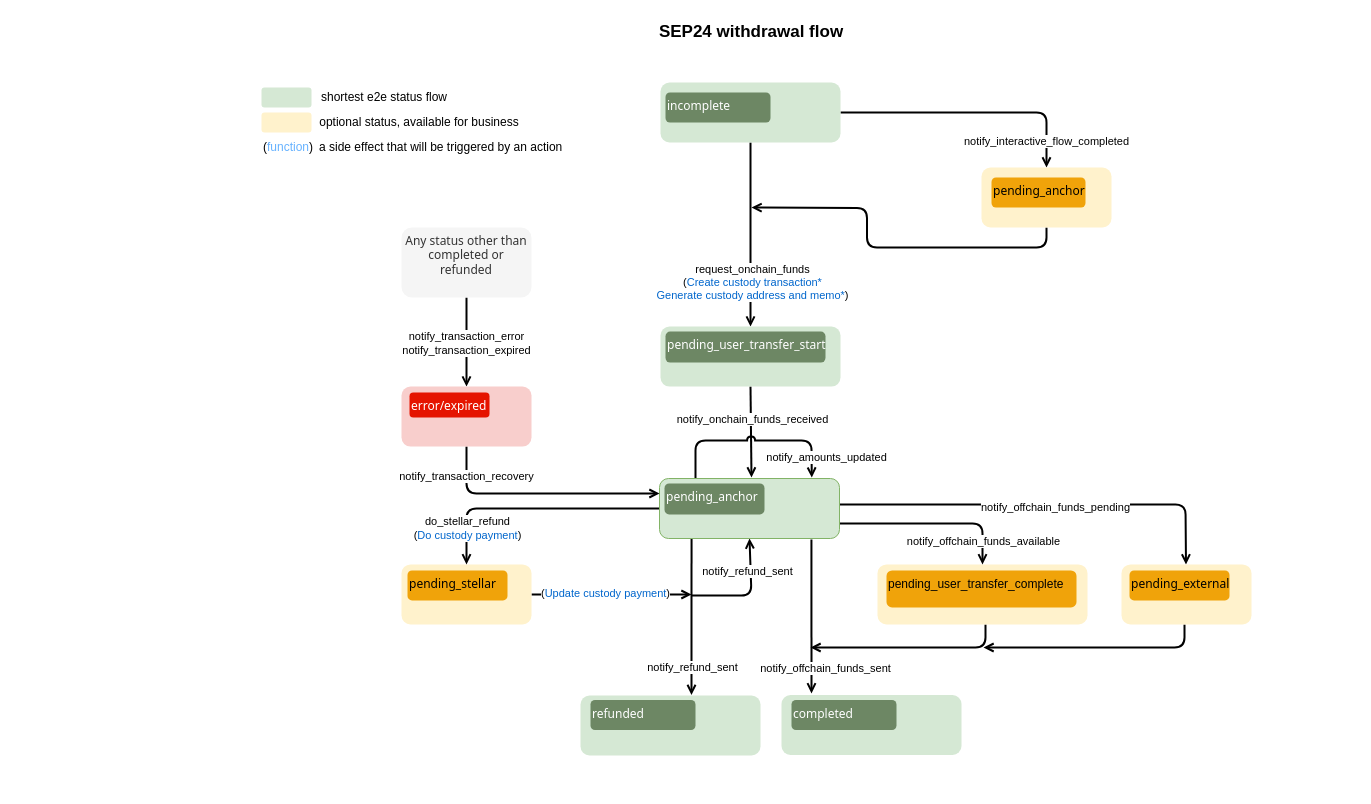
stellar/stellar-docs keeps this draw.io diagram as page "Sep24 - withdrawal v.0.4" (2 of 5) of static/definitions/sep6_24_31_status_transition_diagrams.drawio. Above is the earlier version. Source tidied: cells renumbered, new cells numbered last; positions are measured from the earlier drawing's top-left corner, leaving out a move shared by most shapes. Both pictures are drawn from the tidied source at 100%, with x=0, y=0 at pixel (17, 17).
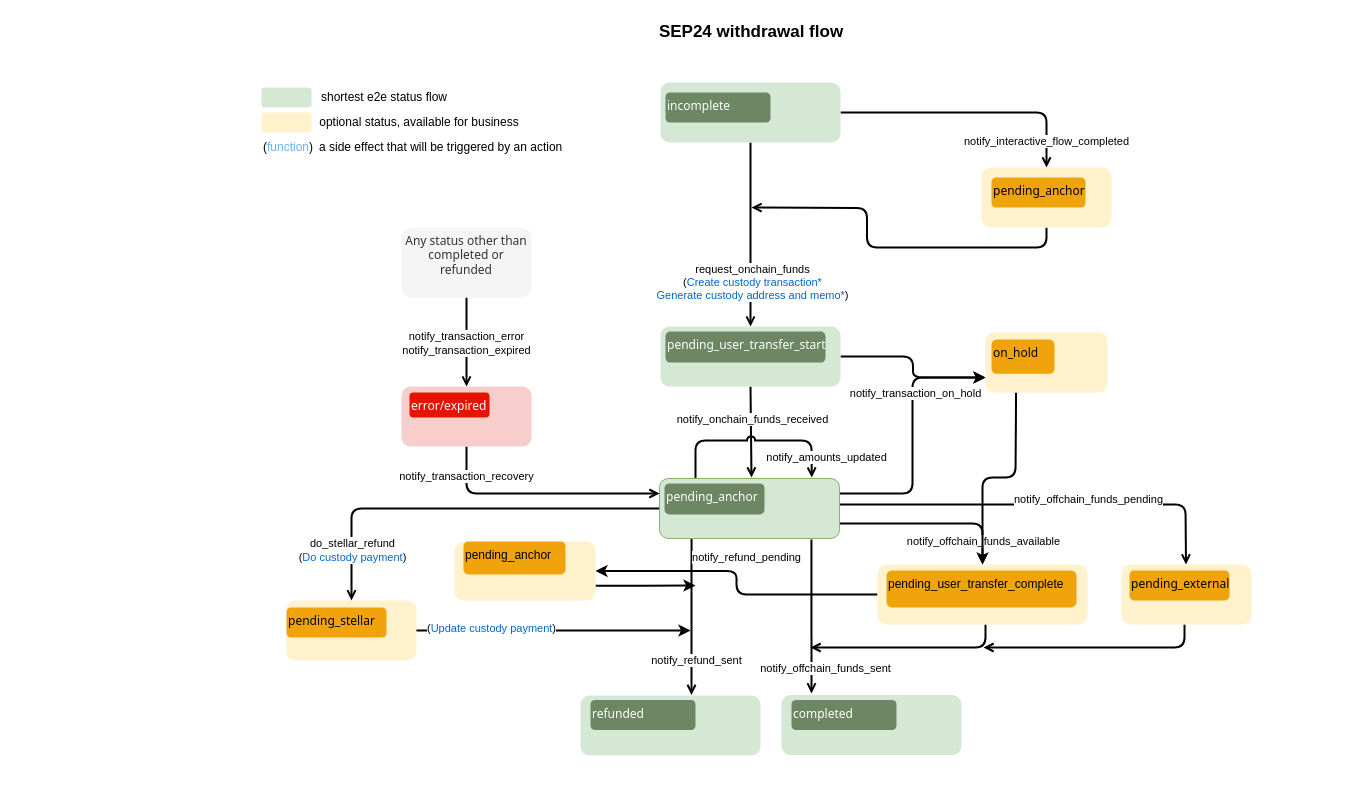
After the change.

Commit message (it also covers changes not shown here):
ANCHOR-688: Update flow diagrams (#691)

Unchanged cells that the change refers to:
```xml
<mxCell id="7" style="endArrow=open;html=1;exitX=0.178;exitY=0.983;exitDx=0;exitDy=0;exitPerimeter=0;entryX=0.75;entryY=0;entryDx=0;entryDy=0;strokeWidth=2;rounded=1;endFill=0;" parent="1" edge="1" source="48">
  <mxGeometry relative="1" as="geometry">
    <mxPoint x="674" y="677.5" as="targetPoint" />
  </mxGeometry>
</mxCell>
<mxCell id="14" style="endArrow=open;html=1;rounded=1;exitX=1;exitY=0.25;exitDx=0;exitDy=0;entryX=0.5;entryY=0;entryDx=0;entryDy=0;strokeWidth=2;endFill=0;" parent="1" edge="1">
  <mxGeometry relative="1" as="geometry">
    <mxPoint x="788" y="487" as="sourcePoint" />
    <mxPoint x="1168.5" y="546.9" as="targetPoint" />
    <Array as="points">
      <mxPoint x="1168" y="487" />
    </Array>
  </mxGeometry>
</mxCell>
<mxCell id="26" style="rounded=1;whiteSpace=wrap;html=1;fillColor=#d5e8d4;strokeColor=none;" parent="1" vertex="1">
  <mxGeometry x="643" y="309.1" width="180" height="60" as="geometry" />
</mxCell>
<mxCell id="39" style="rounded=1;whiteSpace=wrap;html=1;fillColor=#fff2cc;strokeColor=none;" parent="1" vertex="1">
  <mxGeometry x="860" y="546.9" width="210" height="60" as="geometry" />
</mxCell>
<mxCell id="48" style="rounded=1;whiteSpace=wrap;html=1;fillColor=#d5e8d4;strokeColor=#82b366;" parent="1" vertex="1">
  <mxGeometry x="642" y="461" width="180" height="60" as="geometry" />
</mxCell>
```

Diff of the diagram source:
```diff
@@
     <mxCell id="8" value="notify_refund_sent" style="edgeLabel;html=1;align=center;verticalAlign=middle;" parent="7" vertex="1">
       <mxGeometry x="-0.56" relative="1" as="geometry">
-        <mxPoint y="95" as="offset" />
+        <mxPoint x="4" y="88" as="offset" />
       </mxGeometry>
     </mxCell>
@@
-    <mxCell id="10" style="endArrow=open;html=1;rounded=1;entryX=0.5;entryY=1;entryDx=0;entryDy=0;strokeWidth=2;endFill=0;" parent="1" edge="1" target="48">
-      <mxGeometry relative="1" as="geometry">
-        <mxPoint x="674" y="578" as="sourcePoint" />
-        <Array as="points">
-          <mxPoint x="734" y="578" />
-        </Array>
-      </mxGeometry>
-    </mxCell>
-    <mxCell id="11" value="notify_refund_sent" style="edgeLabel;html=1;align=center;verticalAlign=middle;" parent="1" vertex="1">
-      <mxGeometry x="743" y="559.9" as="geometry">
-        <mxPoint x="-14" y="-6" as="offset" />
-      </mxGeometry>
-    </mxCell>
@@
     <mxCell id="15" value="notify_offchain_funds_pending" style="edgeLabel;html=1;align=center;verticalAlign=middle;" parent="14" vertex="1">
       <mxGeometry x="-0.16" y="-2" relative="1" as="geometry">
-        <mxPoint x="64" as="offset" />
+        <mxPoint x="97" y="-8" as="offset" />
       </mxGeometry>
     </mxCell>
@@
+    <mxCell id="61" style="edgeStyle=orthogonalEdgeStyle;rounded=1;jettySize=auto;html=1;exitX=1;exitY=0.5;exitDx=0;exitDy=0;entryX=0;entryY=0.75;entryDx=0;entryDy=0;strokeWidth=2;curved=0;" parent="1" edge="1" source="26" target="71">
+      <mxGeometry relative="1" as="geometry" />
+    </mxCell>
@@
-    <mxCell id="31" style="edgeStyle=orthogonalEdgeStyle;rounded=1;jettySize=auto;html=1;exitX=1;exitY=0.5;exitDx=0;exitDy=0;strokeWidth=2;endArrow=open;endFill=0;" parent="1" edge="1" source="33">
-      <mxGeometry relative="1" as="geometry">
-        <mxPoint x="674" y="577" as="targetPoint" />
-      </mxGeometry>
-    </mxCell>
-    <mxCell id="32" value="(&lt;font style=&quot;border-color: var(--border-color);&quot; color=&quot;#0066cc&quot;&gt;Update&lt;/font&gt;&lt;font style=&quot;border-color: var(--border-color); color: rgb(0, 153, 227);&quot;&gt;&amp;nbsp;&lt;/font&gt;&lt;font style=&quot;border-color: var(--border-color);&quot; color=&quot;#0066cc&quot;&gt;custody payment&lt;/font&gt;)" style="edgeLabel;html=1;align=center;verticalAlign=middle;" parent="31" vertex="1">
-      <mxGeometry x="-0.09" y="1" relative="1" as="geometry" />
-    </mxCell>
     <mxCell id="33" style="rounded=1;whiteSpace=wrap;html=1;fillColor=#fff2cc;strokeColor=none;" parent="1" vertex="1">
-      <mxGeometry x="384" y="546.9" width="130" height="60" as="geometry" />
+      <mxGeometry x="269" y="582.9" width="130" height="60" as="geometry" />
     </mxCell>
     <mxCell id="34" value="&lt;font face=&quot;Tahoma&quot;&gt;pending_stellar&lt;/font&gt;" style="rounded=1;whiteSpace=wrap;html=1;align=left;verticalAlign=top;strokeColor=none;fillColor=#f0a30a;fontColor=#000000;" parent="1" vertex="1">
-      <mxGeometry x="390" y="552.9" width="100" height="30" as="geometry" />
+      <mxGeometry x="269" y="590" width="100" height="30" as="geometry" />
     </mxCell>
@@
+    <mxCell id="62" style="edgeStyle=orthogonalEdgeStyle;rounded=1;jettySize=auto;html=1;exitX=0;exitY=0.5;exitDx=0;exitDy=0;entryX=1;entryY=0.5;entryDx=0;entryDy=0;curved=0;strokeWidth=2;" parent="1" edge="1" source="39" target="68">
+      <mxGeometry relative="1" as="geometry" />
+    </mxCell>
+    <mxCell id="63" value="notify_refund_pending" style="edgeLabel;html=1;align=center;verticalAlign=middle;" parent="62" vertex="1">
+      <mxGeometry x="-0.12" y="-1" relative="1" as="geometry">
+        <mxPoint x="2" y="-36" as="offset" />
+      </mxGeometry>
+    </mxCell>
@@
+    <mxCell id="64" style="edgeStyle=orthogonalEdgeStyle;rounded=1;jettySize=auto;html=1;exitX=1;exitY=0.25;exitDx=0;exitDy=0;entryX=0;entryY=0.75;entryDx=0;entryDy=0;strokeWidth=2;curved=0;" parent="1" edge="1" source="48" target="71">
+      <mxGeometry relative="1" as="geometry" />
+    </mxCell>
+    <mxCell id="65" value="notify_transaction_on_hold" style="edgeLabel;html=1;align=center;verticalAlign=middle;" parent="64" vertex="1">
+      <mxGeometry x="0.08" y="-2" relative="1" as="geometry">
+        <mxPoint y="-33" as="offset" />
+      </mxGeometry>
+    </mxCell>
@@
+    <mxCell id="66" style="edgeStyle=orthogonalEdgeStyle;rounded=1;jettySize=auto;html=1;exitX=1;exitY=0.5;exitDx=0;exitDy=0;curved=0;strokeWidth=2;" parent="1" edge="1" source="33">
+      <mxGeometry relative="1" as="geometry">
+        <mxPoint x="673" y="613" as="targetPoint" />
+      </mxGeometry>
+    </mxCell>
+    <mxCell id="32" value="(&lt;font style=&quot;border-color: var(--border-color);&quot; color=&quot;#0066cc&quot;&gt;Update&lt;/font&gt;&lt;font style=&quot;border-color: var(--border-color); color: rgb(0, 153, 227);&quot;&gt;&amp;nbsp;&lt;/font&gt;&lt;font style=&quot;border-color: var(--border-color);&quot; color=&quot;#0066cc&quot;&gt;custody payment&lt;/font&gt;)" style="edgeLabel;html=1;align=center;verticalAlign=middle;" parent="66" vertex="1">
+      <mxGeometry x="-0.54" y="-3" relative="1" as="geometry">
+        <mxPoint x="11" y="-5" as="offset" />
+      </mxGeometry>
+    </mxCell>
+    <mxCell id="67" style="edgeStyle=orthogonalEdgeStyle;rounded=0;jettySize=auto;html=1;exitX=1;exitY=0.75;exitDx=0;exitDy=0;strokeWidth=2;" parent="1" edge="1" source="68">
+      <mxGeometry relative="1" as="geometry">
+        <mxPoint x="678" y="568" as="targetPoint" />
+      </mxGeometry>
+    </mxCell>
+    <mxCell id="68" style="rounded=1;whiteSpace=wrap;html=1;fillColor=#fff2cc;strokeColor=none;" parent="1" vertex="1">
+      <mxGeometry x="437" y="523.9" width="141" height="59" as="geometry" />
+    </mxCell>
+    <mxCell id="69" value="pending_anchor" style="rounded=1;whiteSpace=wrap;html=1;align=left;verticalAlign=top;strokeColor=none;fillColor=#f0a30a;fontColor=#000000;" parent="1" vertex="1">
+      <mxGeometry x="446" y="523.9" width="102" height="33" as="geometry" />
+    </mxCell>
+    <mxCell id="70" style="edgeStyle=orthogonalEdgeStyle;rounded=1;jettySize=auto;html=1;exitX=0.25;exitY=1;exitDx=0;exitDy=0;entryX=0.5;entryY=0;entryDx=0;entryDy=0;curved=0;strokeWidth=2;" parent="1" edge="1" source="71" target="39">
+      <mxGeometry relative="1" as="geometry">
+        <Array as="points">
+          <mxPoint x="999" y="390" />
+          <mxPoint x="998" y="460" />
+          <mxPoint x="965" y="460" />
+        </Array>
+      </mxGeometry>
+    </mxCell>
+    <mxCell id="71" style="rounded=1;whiteSpace=wrap;html=1;fillColor=#fff2cc;strokeColor=none;" parent="1" vertex="1">
+      <mxGeometry x="968" y="314.7" width="122" height="60.4" as="geometry" />
+    </mxCell>
+    <mxCell id="72" value="&lt;div&gt;&lt;font face=&quot;Tahoma&quot;&gt;on_hold&lt;/font&gt;&lt;/div&gt;" style="rounded=1;whiteSpace=wrap;html=1;align=left;verticalAlign=top;strokeColor=none;fillColor=#f0a30a;fontColor=#000000;" parent="1" vertex="1">
+      <mxGeometry x="974" y="321.9" width="63" height="34.4" as="geometry" />
+    </mxCell>
```
